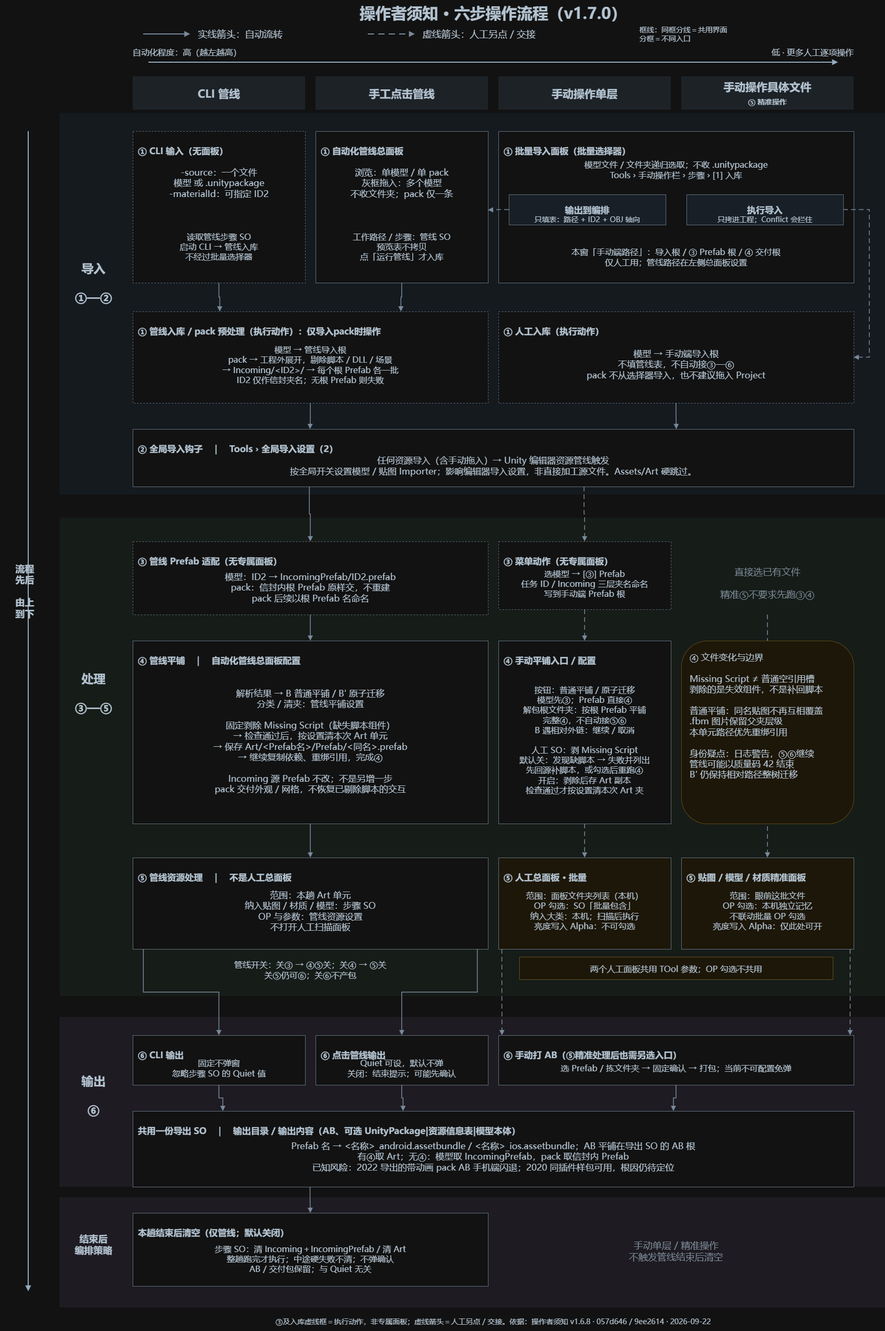
This is docs/operator/操作者须知_六步流程.png from TaiTanw/Plugin, a draw.io export, as it was before one commit. Source tidied: cells renumbered, new cells last; positions are measured from the earlier drawing's top-left corner, leaving out a move shared by most shapes.
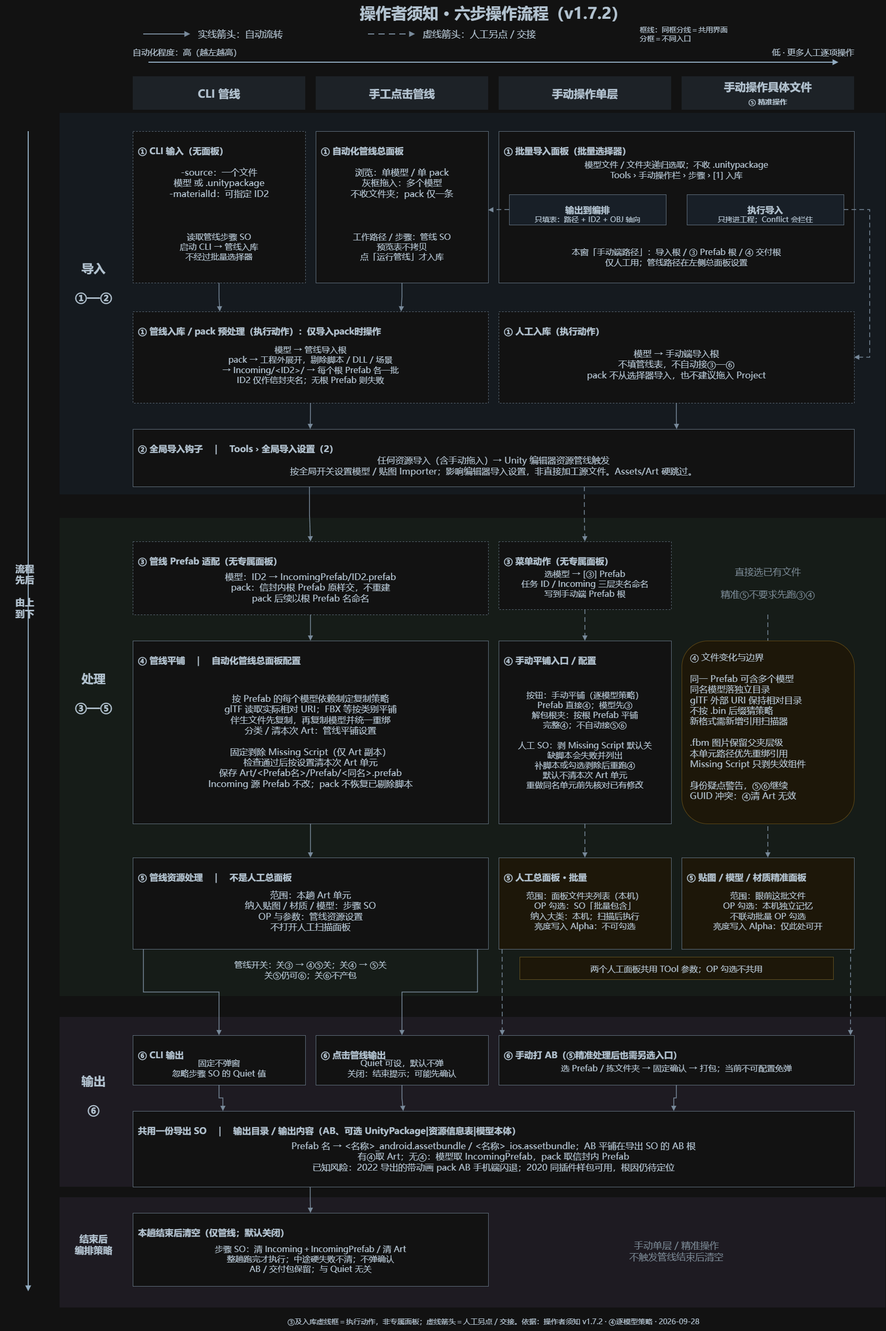
Later version of the same file.

Commit message:
v1.7.2 ④ 逐模型复制策略，⑥ 带出构建错误；操作者流程图更新到 v1.7.2。

What changed in the source:
```diff
@@ -11,7 +11,7 @@
     <mxCell id="4" style="whiteSpace=wrap;html=1;fontFamily=Microsoft YaHei;fontSize=17;fontColor=#243746;spacing=10;fillColor=#F6F2FA;strokeColor=none;" parent="1" vertex="1">
       <mxGeometry x="114" y="1946" width="1580" height="325" as="geometry" />
     </mxCell>
-    <mxCell id="5" value="操作者须知 · 六步操作流程（v1.7.0）" style="whiteSpace=wrap;html=1;fontFamily=Microsoft YaHei;fontSize=17;fontColor=#243746;spacing=0;text;strokeColor=none;fillColor=none;align=center;verticalAlign=middle;fontSize=30;fontStyle=1;" parent="1" vertex="1">
+    <mxCell id="5" value="操作者须知 · 六步操作流程（v1.7.2）" style="whiteSpace=wrap;html=1;fontFamily=Microsoft YaHei;fontSize=17;fontColor=#243746;spacing=0;text;strokeColor=none;fillColor=none;align=center;verticalAlign=middle;fontSize=30;fontStyle=1;" parent="1" vertex="1">
       <mxGeometry x="244" width="1400" height="46" as="geometry" />
     </mxCell>
     <mxCell id="6" value="框线：同框分线＝共用界面&lt;br&gt;分框＝不同入口" style="whiteSpace=wrap;html=1;fontFamily=Microsoft YaHei;fontSize=14;fontColor=#243746;spacing=0;text;strokeColor=none;fillColor=none;align=left;verticalAlign=middle;" parent="1" vertex="1">
@@ -80,13 +80,13 @@
     <mxCell id="25" value="④ 管线平铺　｜　自动化管线总面板配置" style="whiteSpace=wrap;html=1;fontFamily=Microsoft YaHei;fontSize=17;fontColor=#243746;spacing=10;rounded=0;strokeColor=#8596A6;fillColor=#ffffff;verticalAlign=top;align=left;fontStyle=1;spacingTop=12;" parent="1" vertex="1">
       <mxGeometry x="254" y="1226" width="680" height="350" as="geometry" />
     </mxCell>
-    <mxCell id="26" value="解析结果 → B 普通平铺 / B′ 原子迁移&lt;br&gt;分类 / 清夹：管线平铺设置&lt;br&gt;&lt;br&gt;固定剥除 Missing Script（缺失脚本组件）&lt;br&gt;→ 检查通过后，按设置清本次 Art 单元&lt;br&gt;→ 保存 Art/&amp;lt;Prefab名&amp;gt;/Prefab/&amp;lt;同名&amp;gt;.prefab&lt;br&gt;→ 继续复制依赖、重绑引用，完成④&lt;br&gt;&lt;br&gt;Incoming 源 Prefab 不改；不是另增一步&lt;br&gt;pack 交付外观 / 网格，不恢复已剔除脚本的交互" style="whiteSpace=wrap;html=1;fontFamily=Microsoft YaHei;fontSize=17;fontColor=#243746;spacing=10;text;strokeColor=none;fillColor=none;align=center;verticalAlign=middle;fontSize=17;" parent="1" vertex="1">
+    <mxCell id="26" value="按 Prefab 的每个模型依赖制定复制策略&lt;br&gt;glTF 读取实际相对 URI；FBX 等按类别平铺&lt;br&gt;伴生文件先复制，再复制模型并统一重绑&lt;br&gt;分类 / 清本次 Art：管线平铺设置&lt;br&gt;&lt;br&gt;固定剥除 Missing Script（仅 Art 副本）&lt;br&gt;检查通过后按设置清本次 Art 单元&lt;br&gt;保存 Art/&amp;lt;Prefab名&amp;gt;/Prefab/&amp;lt;同名&amp;gt;.prefab&lt;br&gt;Incoming 源 Prefab 不改；pack 不恢复已剔除脚本" style="whiteSpace=wrap;html=1;fontFamily=Microsoft YaHei;fontSize=17;fontColor=#243746;spacing=10;text;strokeColor=none;fillColor=none;align=center;verticalAlign=middle;fontSize=17;" parent="1" vertex="1">
       <mxGeometry x="269" y="1269" width="650" height="295" as="geometry" />
     </mxCell>
     <mxCell id="27" value="④ 手动平铺入口 / 配置" style="whiteSpace=wrap;html=1;fontFamily=Microsoft YaHei;fontSize=17;fontColor=#243746;spacing=10;rounded=0;strokeColor=#8596A6;fillColor=#ffffff;verticalAlign=top;align=left;fontStyle=1;spacingTop=12;" parent="1" vertex="1">
       <mxGeometry x="954" y="1226" width="330" height="350" as="geometry" />
     </mxCell>
-    <mxCell id="28" value="按钮：普通平铺 / 原子迁移&lt;br&gt;模型先③；Prefab 直接④&lt;br&gt;解包根文件夹：按根 Prefab 平铺&lt;br&gt;完整④，不自动接⑤⑥&lt;br&gt;B 遇相对外链：继续 / 取消&lt;br&gt;&lt;br&gt;人工 SO：剥 Missing Script&lt;br&gt;默认关：发现缺脚本 → 失败并列出&lt;br&gt;先回源补脚本，或勾选后重跑④&lt;br&gt;开启：剥除后存 Art 副本&lt;br&gt;检查通过才按设置清本次 Art 夹" style="whiteSpace=wrap;html=1;fontFamily=Microsoft YaHei;fontSize=17;fontColor=#243746;spacing=0;text;strokeColor=none;fillColor=none;align=center;verticalAlign=middle;fontSize=16;" parent="1" vertex="1">
+    <mxCell id="28" value="按钮：手动平铺（逐模型策略）&lt;br&gt;Prefab 直接④；模型先③&lt;br&gt;解包根夹：按根 Prefab 平铺&lt;br&gt;完整④；不自动接⑤⑥&lt;br&gt;&lt;br&gt;人工 SO：剥 Missing Script 默认关&lt;br&gt;缺脚本会失败并列出&lt;br&gt;补脚本或勾选剥除后重跑④&lt;br&gt;默认不清本次 Art 单元&lt;br&gt;重做同名单元前先核对已有修改" style="whiteSpace=wrap;html=1;fontFamily=Microsoft YaHei;fontSize=17;fontColor=#243746;spacing=0;text;strokeColor=none;fillColor=none;align=center;verticalAlign=middle;fontSize=16;" parent="1" vertex="1">
       <mxGeometry x="966" y="1267" width="306" height="295" as="geometry" />
     </mxCell>
     <mxCell id="29" value="⑤ 管线资源处理　｜　不是人工总面板" style="whiteSpace=wrap;html=1;fontFamily=Microsoft YaHei;fontSize=17;fontColor=#243746;spacing=10;rounded=0;strokeColor=#8596A6;fillColor=#ffffff;verticalAlign=top;align=left;fontStyle=1;spacingTop=12;" parent="1" vertex="1">
@@ -137,7 +137,7 @@
     <mxCell id="44" value="Prefab 名 → &amp;lt;名称&amp;gt;_android.assetbundle / &amp;lt;名称&amp;gt;_ios.assetbundle；AB 平铺在导出 SO 的 AB 根&lt;br&gt;有④取 Art；无④：模型取 IncomingPrefab，pack 取信封内 Prefab&lt;br&gt;已知风险：2022 导出的带动画 pack AB 手机端闪退；2020 同插件样包可用，根因仍待定位" style="whiteSpace=wrap;html=1;fontFamily=Microsoft YaHei;fontSize=17;fontColor=#243746;spacing=10;text;strokeColor=none;fillColor=none;align=center;verticalAlign=middle;fontSize=17;" parent="1" vertex="1">
       <mxGeometry x="274" y="2166" width="1340" height="91" as="geometry" />
     </mxCell>
-    <mxCell id="45" value="③及入库虚线框＝执行动作，非专属面板；虚线箭头＝人工另点／交接。依据：操作者须知 v1.6.8 · 057d646 / 9ee2614 · 2026-09-22" style="whiteSpace=wrap;html=1;fontFamily=Microsoft YaHei;fontSize=17;fontColor=#243746;spacing=0;text;strokeColor=none;fillColor=none;align=center;verticalAlign=middle;fontSize=14;" parent="1" vertex="1">
+    <mxCell id="45" value="③及入库虚线框＝执行动作，非专属面板；虚线箭头＝人工另点／交接。依据：操作者须知 v1.7.2 · ④逐模型策略 · 2026-09-28" style="whiteSpace=wrap;html=1;fontFamily=Microsoft YaHei;fontSize=17;fontColor=#243746;spacing=0;text;strokeColor=none;fillColor=none;align=center;verticalAlign=middle;fontSize=14;" parent="1" vertex="1">
       <mxGeometry x="244" y="2511" width="1400" height="36" as="geometry" />
     </mxCell>
     <mxCell id="46" style="edgeStyle=orthogonalEdgeStyle;rounded=0;html=1;endArrow=block;endFill=1;strokeColor=#64798D;strokeWidth=1.5;exitX=0.245;exitY=1;entryX=0.5;entryY=0;" parent="1" edge="1" source="18" target="20">
@@ -298,7 +298,7 @@
     <mxCell id="94" value="手动单层 / 精准操作&lt;br&gt;不触发管线结束后清空" style="whiteSpace=wrap;html=1;fontFamily=Microsoft YaHei;fontSize=17;fontColor=#243746;spacing=10;text;strokeColor=none;fillColor=none;align=center;verticalAlign=middle;fontSize=18;fontColor=#657785;" parent="1" vertex="1">
       <mxGeometry x="954" y="2341" width="680" height="105" as="geometry" />
     </mxCell>
-    <mxCell id="95" value="④ 文件变化与边界&lt;br&gt;&lt;br&gt;Missing Script ≠ 普通空引用槽&lt;br&gt;剥除的是失效组件，不是补回脚本&lt;br&gt;&lt;br&gt;普通平铺：同名贴图不再互相覆盖&lt;br&gt;.fbm 图片保留父夹层级&lt;br&gt;本单元路径优先重绑引用&lt;br&gt;&lt;br&gt;身份疑点：日志警告，⑤⑥继续&lt;br&gt;管线可能以质量码 42 结束&lt;br&gt;B′ 仍保持相对路径整树迁移" style="rounded=1;whiteSpace=wrap;html=1;fontFamily=Microsoft YaHei;fontSize=17;fontColor=#243746;spacing=16;align=left;verticalAlign=top;fillColor=#FFF8E8;strokeColor=#D8BE82;" parent="1" vertex="1">
+    <mxCell id="95" value="④ 文件变化与边界&lt;br&gt;&lt;br&gt;同一 Prefab 可含多个模型&lt;br&gt;同名模型落独立目录&lt;br&gt;glTF 外部 URI 保持相对目录&lt;br&gt;不按 .bin 后缀猜策略&lt;br&gt;新格式需新增引用扫描器&lt;br&gt;&lt;br&gt;.fbm 图片保留父夹层级&lt;br&gt;本单元路径优先重绑引用&lt;br&gt;Missing Script 只剥失效组件&lt;br&gt;&lt;br&gt;身份疑点警告，⑤⑥继续&lt;br&gt;GUID 冲突：④清 Art 无效" style="rounded=1;whiteSpace=wrap;html=1;fontFamily=Microsoft YaHei;fontSize=17;fontColor=#243746;spacing=16;align=left;verticalAlign=top;fillColor=#FFF8E8;strokeColor=#D8BE82;" parent="1" vertex="1">
       <mxGeometry x="1304" y="1226" width="330" height="350" as="geometry" />
     </mxCell>
   </root>
```
